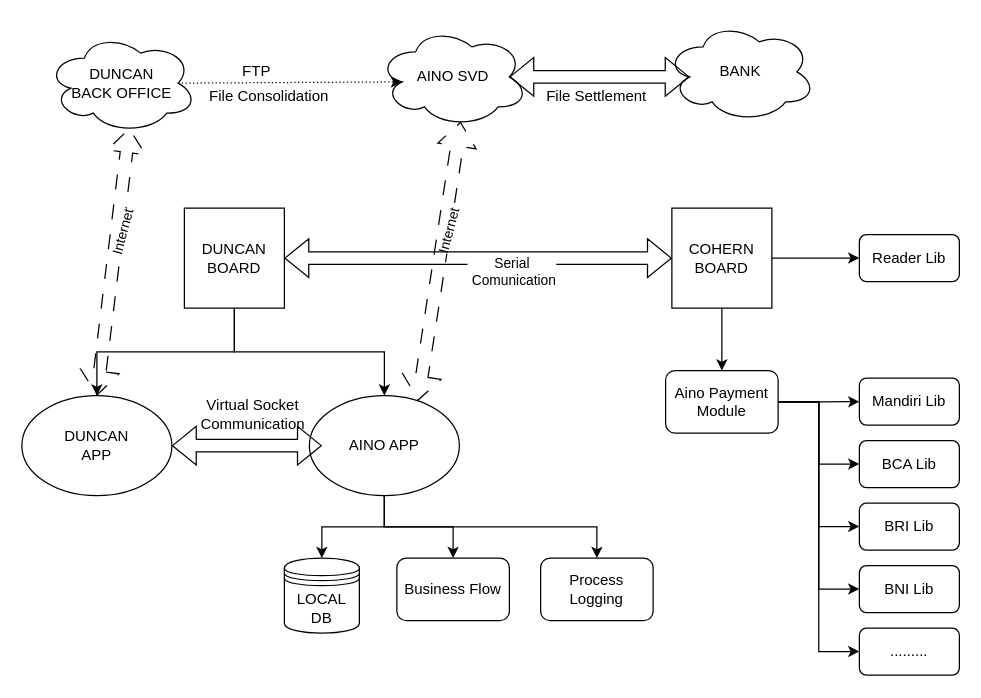
The draw.io diagram TPE AINO - DUNCAN SCHEME.drawio in riadizur/riadizur, before the edit. Source tidied: cells renumbered, new cells numbered last; positions are measured from the earlier drawing's top-left corner, leaving out a move shared by most shapes. Both pictures are drawn from the tidied source at 125%, with x=0, y=0 at pixel (21, 21).
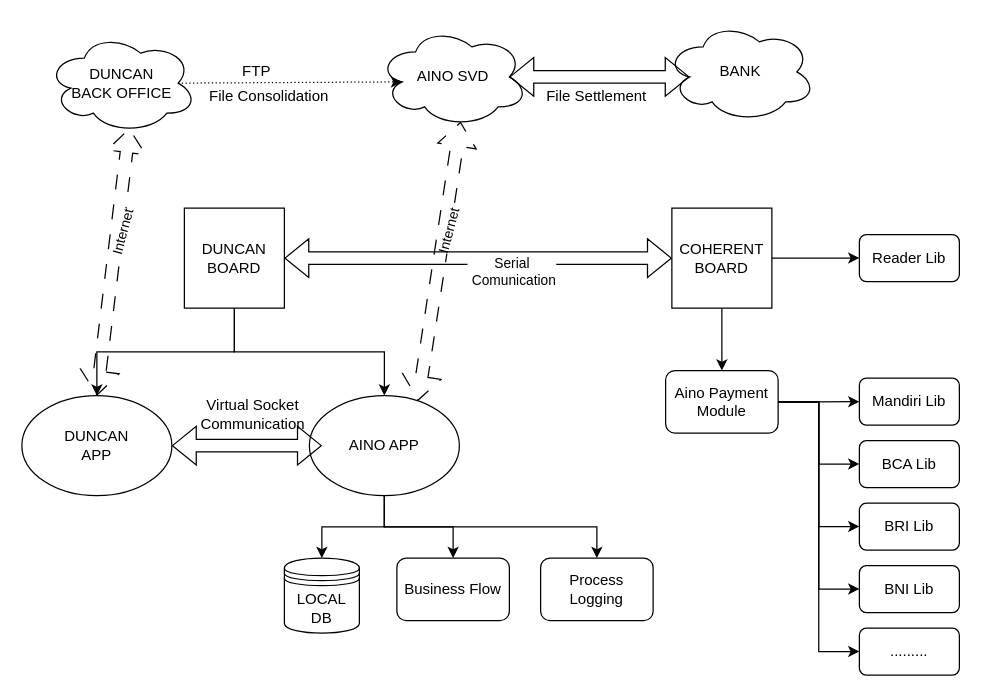
The same page after the edit.

Diff of the diagram source:
```diff
@@
-    <mxCell id="12" value="&lt;div&gt;COHERN&lt;/div&gt;&lt;div&gt;BOARD&lt;/div&gt;" style="whiteSpace=wrap;html=1;" parent="1" vertex="1">
+    <mxCell id="12" value="&lt;div&gt;COHERENT&lt;/div&gt;&lt;div&gt;BOARD&lt;/div&gt;" style="whiteSpace=wrap;html=1;" parent="1" vertex="1">
       <mxGeometry x="520" y="149" width="80" height="80" as="geometry" />
     </mxCell>
```
